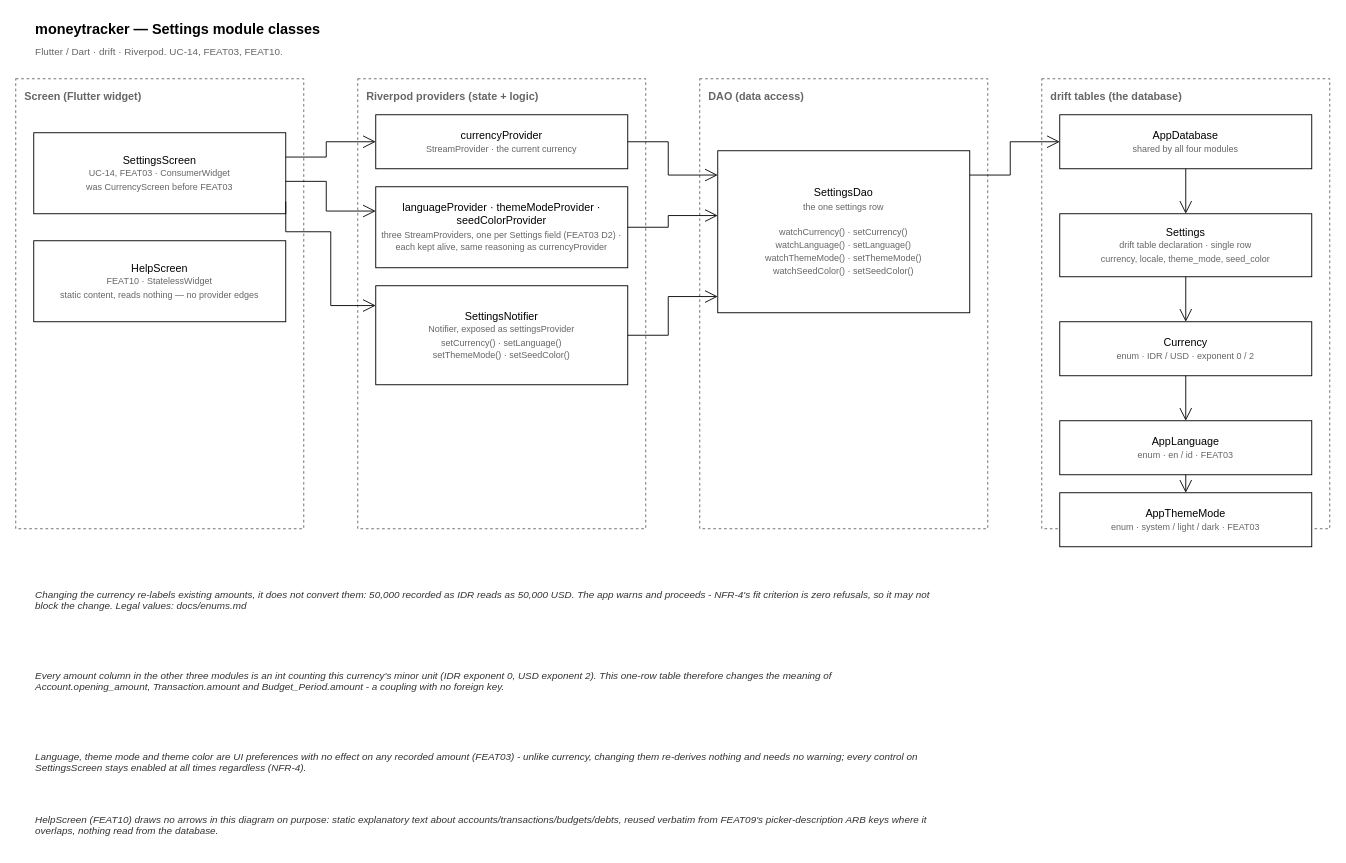
Above: docs/diagrams/class-settings.drawio in EldwinPr/uangsaku (draw.io), before the change. Source tidied: cells renumbered, new cells numbered last; positions are measured from the earlier drawing's top-left corner, leaving out a move shared by most shapes. Both pictures are drawn from the tidied source at 90%, with x=0, y=0 at pixel (15, 15).
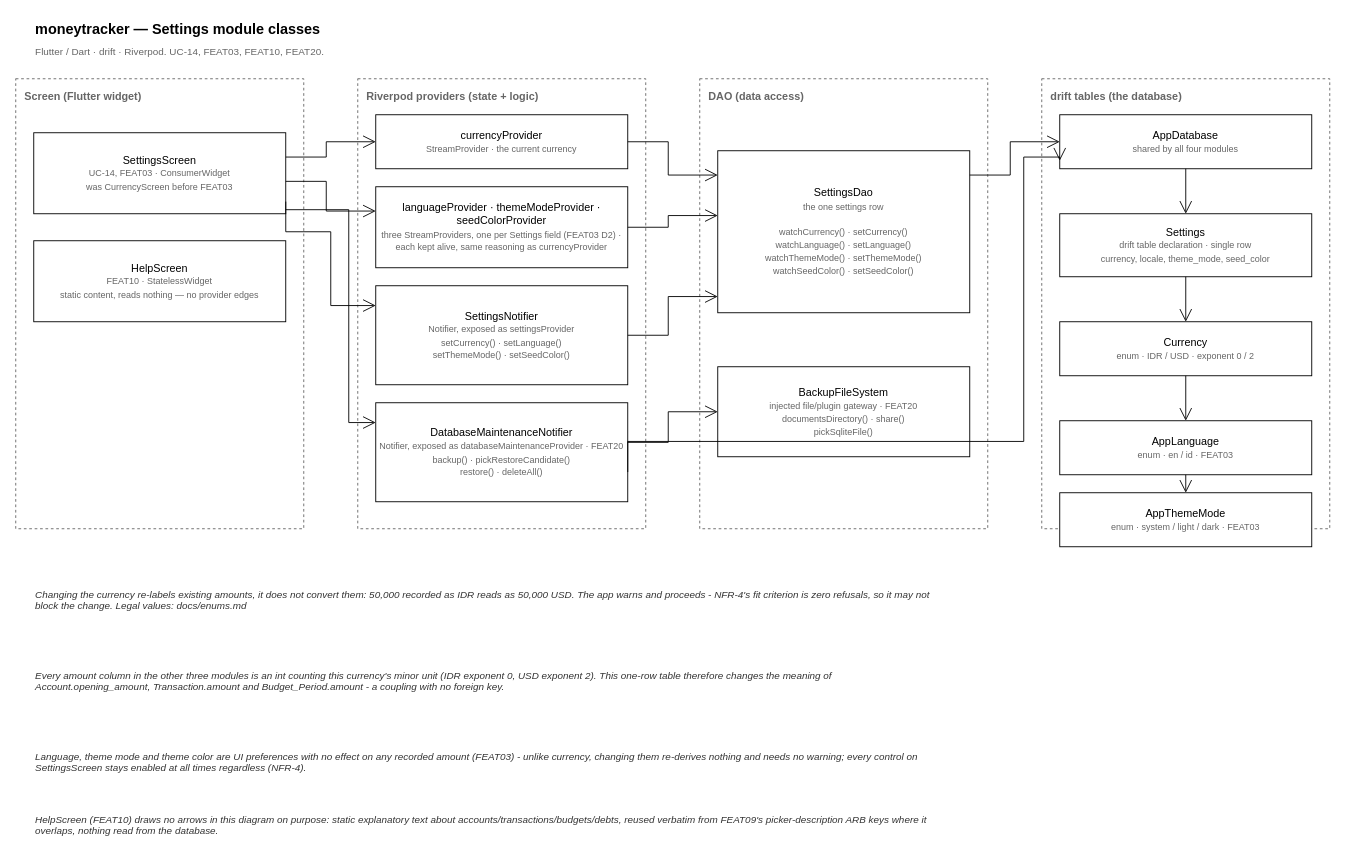
The same page after the edit.

Unchanged cells that the change refers to:
```xml
<mxCell id="8" value="SettingsScreen&lt;br&gt;&lt;font style=&quot;font-size:10px&quot; color=&quot;#666666&quot;&gt;UC-14, FEAT03 · ConsumerWidget&lt;br&gt;was CurrencyScreen before FEAT03&lt;/font&gt;" style="rounded=0;whiteSpace=wrap;html=1;" parent="1" vertex="1">
  <mxGeometry x="20" y="130" width="280" height="90" as="geometry" />
</mxCell>
<mxCell id="14" value="AppDatabase&lt;br&gt;&lt;font style=&quot;font-size:10px&quot; color=&quot;#666666&quot;&gt;shared by all four modules&lt;/font&gt;" style="rounded=0;whiteSpace=wrap;html=1;" parent="1" vertex="1">
  <mxGeometry x="1160" y="110" width="280" height="60" as="geometry" />
</mxCell>
```

Change to the diagram source:
```diff
@@
-    <mxCell id="3" value="Flutter / Dart · drift · Riverpod. UC-14, FEAT03, FEAT10." style="text;html=1;align=left;verticalAlign=middle;fontSize=11;fontColor=#666666;" parent="1" vertex="1">
+    <mxCell id="3" value="Flutter / Dart · drift · Riverpod. UC-14, FEAT03, FEAT10, FEAT20." style="text;html=1;align=left;verticalAlign=middle;fontSize=11;fontColor=#666666;" parent="1" vertex="1">
       <mxGeometry x="20" y="30" width="700" height="20" as="geometry" />
     </mxCell>
@@
+    <mxCell id="34" value="DatabaseMaintenanceNotifier&lt;br&gt;&lt;font style=&quot;font-size:10px&quot; color=&quot;#666666&quot;&gt;Notifier, exposed as databaseMaintenanceProvider · FEAT20&lt;br&gt;backup() · pickRestoreCandidate()&lt;br&gt;restore() · deleteAll()&lt;/font&gt;" style="rounded=0;whiteSpace=wrap;html=1;" parent="1" vertex="1">
+      <mxGeometry x="400" y="430" width="280" height="110" as="geometry" />
+    </mxCell>
@@
+    <mxCell id="35" value="BackupFileSystem&lt;br&gt;&lt;font style=&quot;font-size:10px&quot; color=&quot;#666666&quot;&gt;injected file/plugin gateway · FEAT20&lt;br&gt;documentsDirectory() · share()&lt;br&gt;pickSqliteFile()&lt;/font&gt;" style="rounded=0;whiteSpace=wrap;html=1;" parent="1" vertex="1">
+      <mxGeometry x="780" y="390" width="280" height="100" as="geometry" />
+    </mxCell>
@@
+    <mxCell id="36" style="edgeStyle=orthogonalEdgeStyle;rounded=0;jettySize=auto;html=1;endArrow=open;endSize=12;exitX=1;exitY=0.95;exitDx=0;exitDy=0;entryX=0;entryY=0.2;entryDx=0;entryDy=0;" parent="1" edge="1" source="8" target="34">
+      <mxGeometry relative="1" as="geometry">
+        <Array as="points">
+          <mxPoint x="370" y="215" />
+          <mxPoint x="370" y="452" />
+        </Array>
+      </mxGeometry>
+    </mxCell>
+    <mxCell id="37" style="edgeStyle=orthogonalEdgeStyle;rounded=0;jettySize=auto;html=1;endArrow=open;endSize=12;exitX=1;exitY=0.4;exitDx=0;exitDy=0;entryX=0;entryY=0.5;entryDx=0;entryDy=0;" parent="1" edge="1" source="34" target="35">
+      <mxGeometry relative="1" as="geometry" />
+    </mxCell>
+    <mxCell id="38" style="edgeStyle=orthogonalEdgeStyle;rounded=0;jettySize=auto;html=1;endArrow=open;endSize=12;exitX=1;exitY=0.7;exitDx=0;exitDy=0;entryX=0;entryY=0.85;entryDx=0;entryDy=0;" parent="1" edge="1" source="34" target="14">
+      <mxGeometry relative="1" as="geometry">
+        <Array as="points">
+          <mxPoint x="1120" y="473" />
+          <mxPoint x="1120" y="157" />
+        </Array>
+      </mxGeometry>
+    </mxCell>
```
